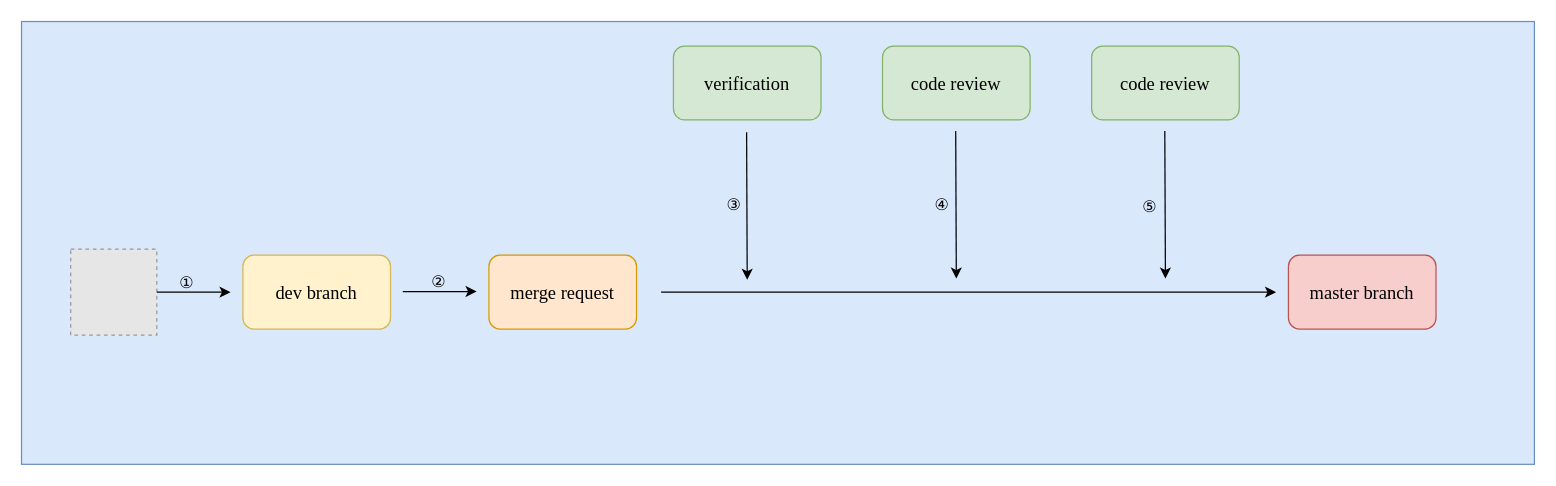
Before: configs-infra-ci.drawio in YanshanSong/draw.io, a draw.io diagram. Source tidied: cells renumbered, new cells numbered last; positions are measured from the earlier drawing's top-left corner, leaving out a move shared by most shapes. Both pictures are drawn from the tidied source at 123%, with x=0, y=0 at pixel (21, 21). Pictures stored in the file or linked from it are replaced by grey dashed boxes.
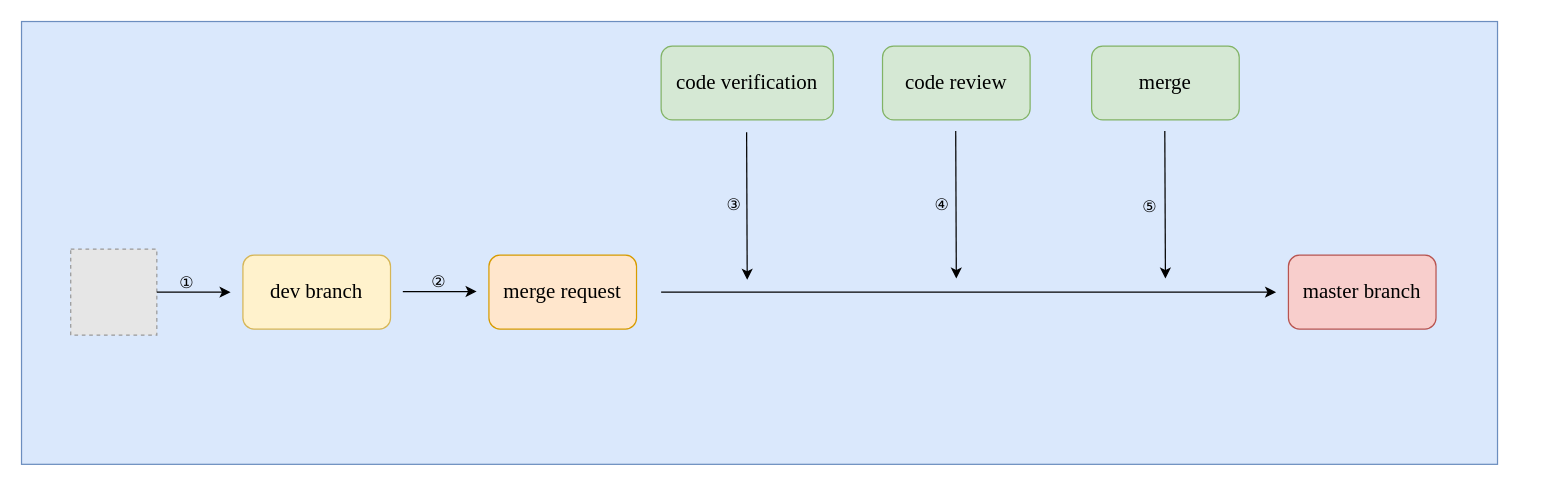
Above is the later version.

What changed in the source:
```diff
@@
     <mxCell id="2" style="rounded=0;whiteSpace=wrap;html=1;fillColor=#dae8fc;strokeColor=#6c8ebf;fontFamily=Times New Roman;" parent="1" vertex="1">
-      <mxGeometry width="1230" height="360" as="geometry" />
+      <mxGeometry width="1200" height="360" as="geometry" />
     </mxCell>
-    <mxCell id="3" value="dev branch" style="rounded=1;whiteSpace=wrap;html=1;fillColor=#fff2cc;strokeColor=#d6b656;fontFamily=Times New Roman;fontSize=15;" parent="1" vertex="1">
+    <mxCell id="3" value="dev branch" style="rounded=1;whiteSpace=wrap;html=1;fillColor=#fff2cc;strokeColor=#d6b656;fontFamily=Times New Roman;fontSize=17;" parent="1" vertex="1">
       <mxGeometry x="180" y="190" width="120" height="60" as="geometry" />
     </mxCell>
-    <mxCell id="4" value="master branch" style="rounded=1;whiteSpace=wrap;html=1;fillColor=#f8cecc;strokeColor=#b85450;fontFamily=Times New Roman;fontSize=15;" parent="1" vertex="1">
+    <mxCell id="4" value="master branch" style="rounded=1;whiteSpace=wrap;html=1;fillColor=#f8cecc;strokeColor=#b85450;fontFamily=Times New Roman;fontSize=17;" parent="1" vertex="1">
       <mxGeometry x="1030" y="190" width="120" height="60" as="geometry" />
     </mxCell>
@@
-    <mxCell id="8" value="merge request" style="rounded=1;whiteSpace=wrap;html=1;fillColor=#ffe6cc;strokeColor=#d79b00;fontFamily=Times New Roman;fontSize=15;" parent="1" vertex="1">
+    <mxCell id="8" value="merge request" style="rounded=1;whiteSpace=wrap;html=1;fillColor=#ffe6cc;strokeColor=#d79b00;fontFamily=Times New Roman;fontSize=17;" parent="1" vertex="1">
       <mxGeometry x="380" y="190" width="120" height="60" as="geometry" />
     </mxCell>
@@
-    <mxCell id="12" value="verification" style="rounded=1;whiteSpace=wrap;html=1;fillColor=#d5e8d4;strokeColor=#82b366;fontFamily=Times New Roman;fontSize=15;" parent="1" vertex="1">
-      <mxGeometry x="530" y="20" width="120" height="60" as="geometry" />
+    <mxCell id="12" value="code verification" style="rounded=1;whiteSpace=wrap;html=1;fillColor=#d5e8d4;strokeColor=#82b366;fontFamily=Times New Roman;fontSize=17;" parent="1" vertex="1">
+      <mxGeometry x="520" y="20" width="140" height="60" as="geometry" />
     </mxCell>
@@
-    <mxCell id="15" value="code review" style="rounded=1;whiteSpace=wrap;html=1;fillColor=#d5e8d4;strokeColor=#82b366;fontFamily=Times New Roman;fontSize=15;" parent="1" vertex="1">
+    <mxCell id="15" value="code review" style="rounded=1;whiteSpace=wrap;html=1;fillColor=#d5e8d4;strokeColor=#82b366;fontFamily=Times New Roman;fontSize=17;" parent="1" vertex="1">
       <mxGeometry x="700" y="20" width="120" height="60" as="geometry" />
     </mxCell>
@@
-    <mxCell id="18" value="code review" style="rounded=1;whiteSpace=wrap;html=1;fillColor=#d5e8d4;strokeColor=#82b366;fontFamily=Times New Roman;fontSize=15;" parent="1" vertex="1">
+    <mxCell id="18" value="merge" style="rounded=1;whiteSpace=wrap;html=1;fillColor=#d5e8d4;strokeColor=#82b366;fontFamily=Times New Roman;fontSize=17;" parent="1" vertex="1">
       <mxGeometry x="870" y="20" width="120" height="60" as="geometry" />
     </mxCell>
```
